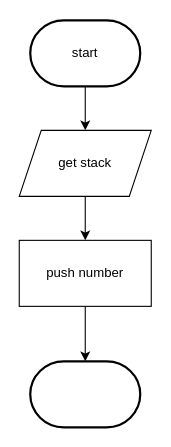
Earlier version of the draw.io diagram flowchart/push.drawio (mohammedal-ess/ICS4U-Unit2-05-Typescript). Source tidied: cells renumbered, new cells numbered last; positions are measured from the earlier drawing's top-left corner, leaving out a move shared by most shapes. Both pictures are drawn from the tidied source at 110%, with x=0, y=0 at pixel (19, 20).
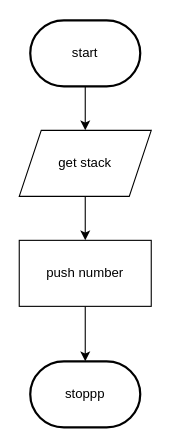
Above is the later version.

The edit, as a diff of the source:
```diff
@@
 <mxGraphModel>
   <root>
     <mxCell id="0" />
     <mxCell id="1" parent="0" />
     <mxCell id="2" style="edgeStyle=none;html=1;" parent="1" edge="1">
       <mxGeometry relative="1" as="geometry">
         <mxPoint x="60" y="30" as="sourcePoint" />
         <mxPoint x="60" y="100" as="targetPoint" />
       </mxGeometry>
     </mxCell>
     <mxCell id="3" style="edgeStyle=none;html=1;" parent="1" edge="1" source="4" target="6">
       <mxGeometry relative="1" as="geometry" />
     </mxCell>
     <mxCell id="4" value="get stack" style="shape=parallelogram;perimeter=parallelogramPerimeter;whiteSpace=wrap;html=1;fixedSize=1;" parent="1" vertex="1">
       <mxGeometry y="100" width="120" height="60" as="geometry" />
     </mxCell>
     <mxCell id="5" style="edgeStyle=none;html=1;entryX=0.5;entryY=0;entryDx=0;entryDy=0;" parent="1" edge="1" source="6">
       <mxGeometry relative="1" as="geometry">
         <mxPoint x="60" y="310" as="targetPoint" />
       </mxGeometry>
     </mxCell>
     <mxCell id="6" value="push number" style="rounded=0;whiteSpace=wrap;html=1;" parent="1" vertex="1">
       <mxGeometry y="200" width="120" height="60" as="geometry" />
     </mxCell>
     <mxCell id="7" value="start" style="strokeWidth=2;html=1;shape=mxgraph.flowchart.terminator;whiteSpace=wrap;" parent="1" vertex="1">
       <mxGeometry x="10" width="100" height="60" as="geometry" />
     </mxCell>
-    <mxCell id="8" style="strokeWidth=2;html=1;shape=mxgraph.flowchart.terminator;whiteSpace=wrap;" parent="1" vertex="1">
+    <mxCell id="8" value="stoppp" style="strokeWidth=2;html=1;shape=mxgraph.flowchart.terminator;whiteSpace=wrap;" parent="1" vertex="1">
       <mxGeometry x="10" y="310" width="100" height="60" as="geometry" />
     </mxCell>
   </root>
 </mxGraphModel>
```
